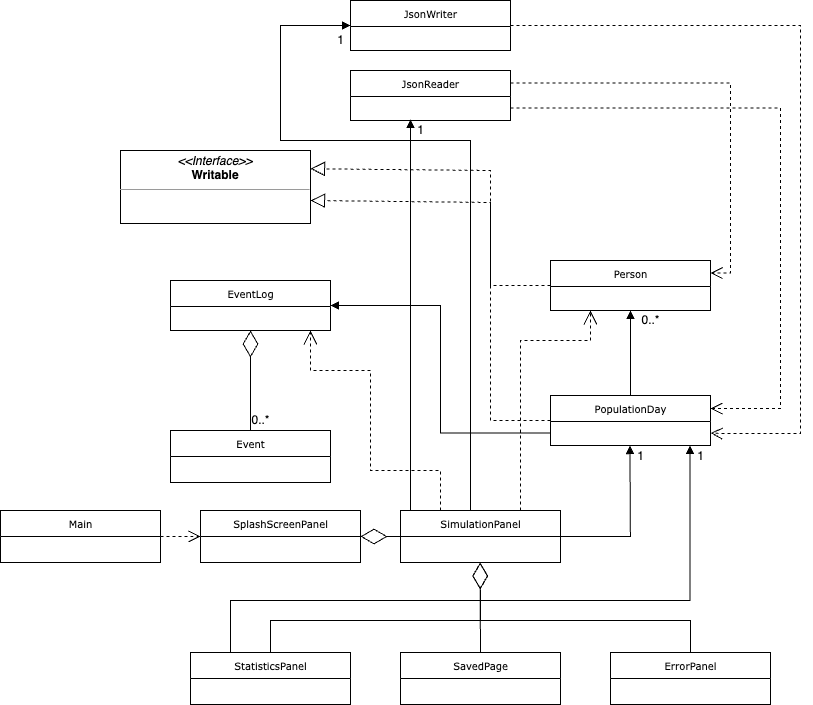
This is UML.png from yihengli1/Epidemic-Modelling, a draw.io export, as it was before one commit. Source tidied: cells renumbered, new cells last; positions are measured from the earlier drawing's top-left corner, leaving out a move shared by most shapes.
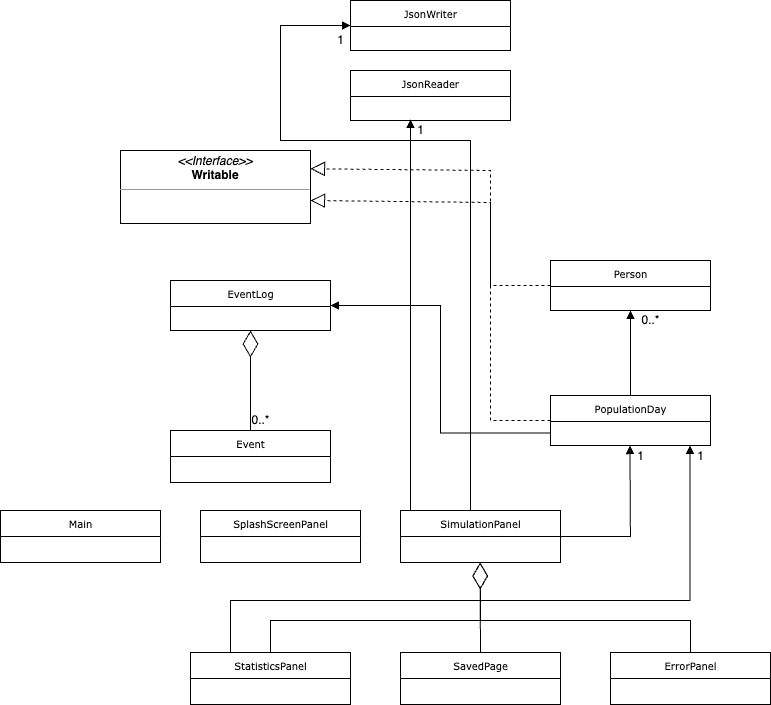
After the change.

Commit message:
Phase 4: Task 3

What changed in the source:
```diff
@@ -23,32 +23,6 @@
     <mxCell id="8" value="EventLog" style="swimlane;html=1;fontStyle=0;horizontal=1;startSize=26;fillColor=none;swimlaneFillColor=#ffffff;rounded=0;shadow=0;comic=0;labelBackgroundColor=none;strokeWidth=1;fontFamily=Verdana;fontSize=10;align=center;" parent="1" vertex="1">
       <mxGeometry x="170" y="280" width="160" height="50" as="geometry" />
     </mxCell>
-    <mxCell id="9" style="edgeStyle=orthogonalEdgeStyle;rounded=0;html=1;dashed=1;labelBackgroundColor=none;startFill=0;endArrow=open;endFill=0;endSize=10;fontFamily=Verdana;fontSize=10;exitX=1;exitY=0.25;exitDx=0;exitDy=0;entryX=1;entryY=0.25;entryDx=0;entryDy=0;" parent="1" edge="1" source="3" target="5">
-      <mxGeometry relative="1" as="geometry">
-        <Array as="points">
-          <mxPoint x="730" y="82" />
-          <mxPoint x="730" y="272" />
-        </Array>
-      </mxGeometry>
-    </mxCell>
-    <mxCell id="10" style="edgeStyle=orthogonalEdgeStyle;rounded=0;html=1;dashed=1;labelBackgroundColor=none;startFill=0;endArrow=open;endFill=0;endSize=10;fontFamily=Verdana;fontSize=10;exitX=1;exitY=0.75;exitDx=0;exitDy=0;entryX=1;entryY=0.25;entryDx=0;entryDy=0;" parent="1" edge="1" source="3" target="2">
-      <mxGeometry relative="1" as="geometry">
-        <Array as="points">
-          <mxPoint x="780" y="108" />
-          <mxPoint x="780" y="408" />
-          <mxPoint x="710" y="408" />
-        </Array>
-      </mxGeometry>
-    </mxCell>
-    <mxCell id="11" style="edgeStyle=orthogonalEdgeStyle;rounded=0;html=1;dashed=1;labelBackgroundColor=none;startFill=0;endArrow=open;endFill=0;endSize=10;fontFamily=Verdana;fontSize=10;exitX=1;exitY=0.5;exitDx=0;exitDy=0;entryX=1;entryY=0.75;entryDx=0;entryDy=0;" parent="1" edge="1" source="4" target="2">
-      <mxGeometry relative="1" as="geometry">
-        <Array as="points">
-          <mxPoint x="800" y="25" />
-          <mxPoint x="800" y="433" />
-          <mxPoint x="720" y="433" />
-        </Array>
-      </mxGeometry>
-    </mxCell>
     <mxCell id="12" style="endArrow=diamondThin;endFill=0;endSize=24;html=1;rounded=0;entryX=0.5;entryY=1;entryDx=0;entryDy=0;exitX=0.5;exitY=0;exitDx=0;exitDy=0;" parent="1" edge="1" source="7" target="8">
       <mxGeometry relative="1" as="geometry" />
     </mxCell>
@@ -96,9 +70,6 @@
     <mxCell id="23" value="SimulationPanel" style="swimlane;html=1;fontStyle=0;horizontal=1;startSize=26;fillColor=none;swimlaneFillColor=#ffffff;rounded=0;shadow=0;comic=0;labelBackgroundColor=none;strokeWidth=1;fontFamily=Verdana;fontSize=10;align=center;" parent="1" vertex="1">
       <mxGeometry x="400" y="510" width="160" height="52" as="geometry" />
     </mxCell>
-    <mxCell id="24" style="edgeStyle=orthogonalEdgeStyle;rounded=0;html=1;dashed=1;labelBackgroundColor=none;startFill=0;endArrow=open;endFill=0;endSize=10;fontFamily=Verdana;fontSize=10;exitX=1;exitY=0.5;exitDx=0;exitDy=0;entryX=0;entryY=0.5;entryDx=0;entryDy=0;" parent="1" edge="1" source="18" target="32">
-      <mxGeometry relative="1" as="geometry" />
-    </mxCell>
     <mxCell id="25" style="endArrow=block;endFill=1;html=1;edgeStyle=orthogonalEdgeStyle;align=left;verticalAlign=top;rounded=0;entryX=0;entryY=0.5;entryDx=0;entryDy=0;" parent="1" edge="1" target="4">
       <mxGeometry x="-1" relative="1" as="geometry">
         <mxPoint x="470" y="510" as="sourcePoint" />
@@ -133,28 +104,9 @@
     <mxCell id="30" value="&lt;span style=&quot;font-weight: normal;&quot;&gt;1&lt;/span&gt;" style="text;align=center;fontStyle=1;verticalAlign=middle;spacingLeft=3;spacingRight=3;strokeColor=none;html=1;" parent="1" vertex="1">
       <mxGeometry x="630" y="446" width="20" height="20" as="geometry" />
     </mxCell>
-    <mxCell id="31" style="endArrow=open;endSize=12;dashed=1;html=1;rounded=0;exitX=0.25;exitY=0;exitDx=0;exitDy=0;" parent="1" edge="1" source="23">
-      <mxGeometry relative="1" as="geometry">
-        <mxPoint x="310" y="330" as="targetPoint" />
-        <Array as="points">
-          <mxPoint x="440" y="470" />
-          <mxPoint x="370" y="470" />
-          <mxPoint x="370" y="370" />
-          <mxPoint x="310" y="370" />
-        </Array>
-      </mxGeometry>
-    </mxCell>
     <mxCell id="32" value="SplashScreenPanel" style="swimlane;html=1;fontStyle=0;horizontal=1;startSize=26;fillColor=none;swimlaneFillColor=#ffffff;rounded=0;shadow=0;comic=0;labelBackgroundColor=none;strokeWidth=1;fontFamily=Verdana;fontSize=10;align=center;" parent="1" vertex="1">
       <mxGeometry x="200" y="510" width="160" height="52" as="geometry" />
     </mxCell>
-    <mxCell id="33" style="endArrow=open;endSize=12;dashed=1;html=1;rounded=0;entryX=0.25;entryY=1;entryDx=0;entryDy=0;exitX=0.75;exitY=0;exitDx=0;exitDy=0;" parent="1" edge="1" source="23" target="5">
-      <mxGeometry relative="1" as="geometry">
-        <Array as="points">
-          <mxPoint x="520" y="340" />
-          <mxPoint x="590" y="340" />
-        </Array>
-      </mxGeometry>
-    </mxCell>
     <mxCell id="34" style="endArrow=block;endFill=1;html=1;edgeStyle=orthogonalEdgeStyle;align=left;verticalAlign=top;rounded=0;entryX=0.5;entryY=1;entryDx=0;entryDy=0;exitX=0.25;exitY=0;exitDx=0;exitDy=0;" parent="1" edge="1" source="21">
       <mxGeometry x="-1" relative="1" as="geometry">
         <mxPoint x="689.5" y="445" as="targetPoint" />
@@ -167,9 +119,6 @@
     <mxCell id="35" value="&lt;span style=&quot;font-weight: normal;&quot;&gt;1&lt;/span&gt;" style="text;align=center;fontStyle=1;verticalAlign=middle;spacingLeft=3;spacingRight=3;strokeColor=none;html=1;" parent="1" vertex="1">
       <mxGeometry x="690" y="446" width="20" height="20" as="geometry" />
     </mxCell>
-    <mxCell id="36" style="endArrow=diamondThin;endFill=0;endSize=24;html=1;rounded=0;entryX=1;entryY=0.5;entryDx=0;entryDy=0;exitX=0;exitY=0.5;exitDx=0;exitDy=0;" parent="1" edge="1" source="23" target="32">
-      <mxGeometry relative="1" as="geometry" />
-    </mxCell>
     <mxCell id="37" style="endArrow=diamondThin;endFill=0;endSize=24;html=1;rounded=0;entryX=0.5;entryY=1;entryDx=0;entryDy=0;exitX=0.5;exitY=0;exitDx=0;exitDy=0;" parent="1" edge="1" source="22">
       <mxGeometry relative="1" as="geometry">
         <mxPoint x="479.5" y="562" as="targetPoint" />
```
